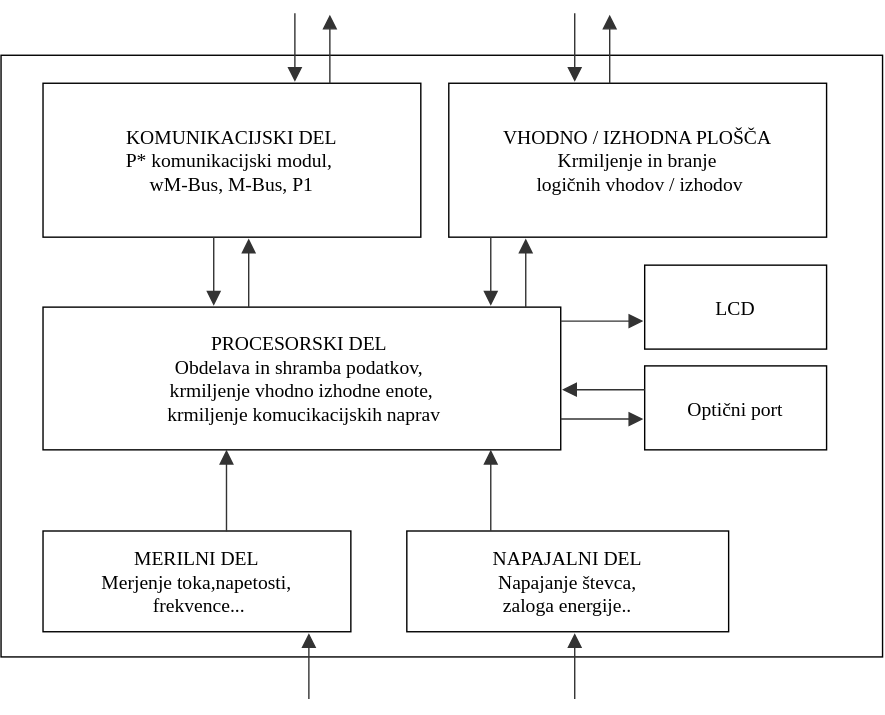
This is Slike/blok_shema_stevc.svg from harka069/mag, a draw.io export, as it was before one commit. Source tidied: cells renumbered, new cells last; positions are measured from the earlier drawing's top-left corner, leaving out a move shared by most shapes.
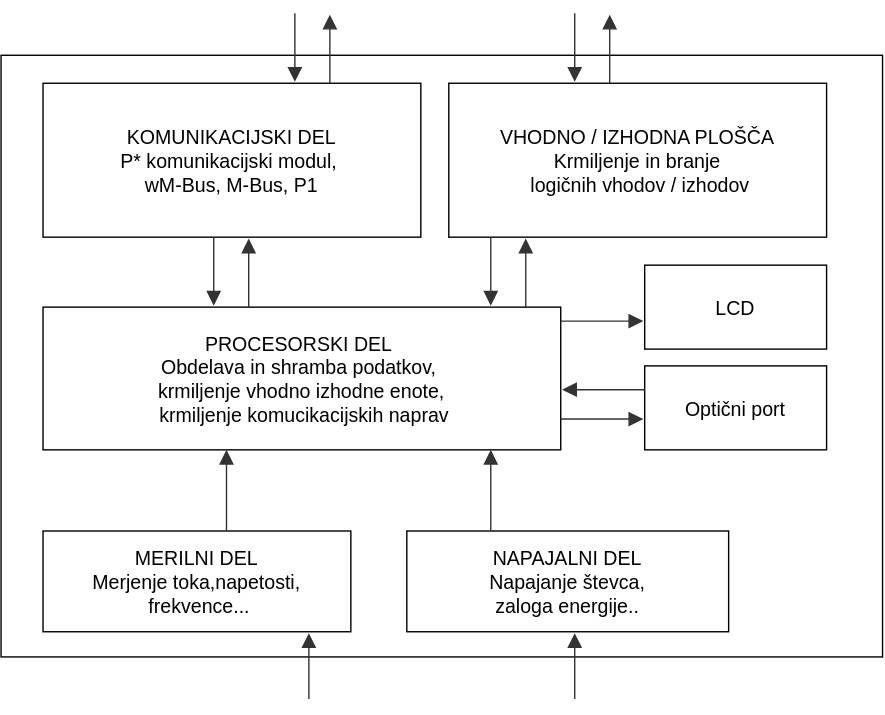
The same file after the commit.

Diff of the diagram source:
```diff
@@ -2,49 +2,49 @@
   <root>
     <mxCell id="0" />
     <mxCell id="1" parent="0" />
-    <mxCell id="2" style="rounded=0;fontFamily=Latin Modern;convertToSvg=1;fontSize=14;html=1;" parent="1" vertex="1">
+    <mxCell id="2" style="rounded=0;fontFamily=Helvetica;convertToSvg=1;fontSize=14;" parent="1" vertex="1">
       <mxGeometry x="160" y="100" width="630" height="430" as="geometry" />
     </mxCell>
-    <mxCell id="3" style="group;transparentBounds=1;editIcon=1;lockedGroup=0;groupPadding=10;fontFamily=Latin Modern;convertToSvg=1;fontSize=14;html=1;" parent="1" vertex="1">
+    <mxCell id="3" style="group;transparentBounds=1;editIcon=1;lockedGroup=0;groupPadding=10;fontFamily=Helvetica;convertToSvg=1;fontSize=14;" parent="1" vertex="1">
       <mxGeometry width="760" height="522" as="geometry" />
     </mxCell>
-    <mxCell id="4" value="MERILNI DEL&lt;br&gt;Merjenje toka,napetosti,&lt;br&gt;&amp;nbsp;frekvence..." style="strokeWidth=1;fontFamily=Latin Modern;fontSize=14;convertToSvg=1;html=1;" parent="3" vertex="1">
+    <mxCell id="4" value="MERILNI DEL&#10;Merjenje toka,napetosti,&#10; frekvence..." style="strokeWidth=1;fontFamily=Helvetica;fontSize=14;convertToSvg=1;" parent="3" vertex="1">
       <mxGeometry x="190" y="440" width="220" height="72" as="geometry" />
     </mxCell>
-    <mxCell id="5" value="PROCESORSKI DEL&amp;nbsp;&lt;br&gt;Obdelava in shramba podatkov,&amp;nbsp;&lt;br&gt;krmiljenje vhodno izhodne enote,&lt;br&gt;&amp;nbsp;krmiljenje komucikacijskih naprav" style="strokeWidth=1;fontFamily=Latin Modern;fontSize=14;convertToSvg=1;html=1;" parent="3" vertex="1">
+    <mxCell id="5" value="PROCESORSKI DEL &#10;Obdelava in shramba podatkov, &#10;krmiljenje vhodno izhodne enote,&#10; krmiljenje komucikacijskih naprav" style="strokeWidth=1;fontFamily=Helvetica;fontSize=14;convertToSvg=1;" parent="3" vertex="1">
       <mxGeometry x="190" y="280" width="370" height="102" as="geometry" />
     </mxCell>
-    <mxCell id="6" value="VHODNO / IZHODNA PLOŠČA&lt;br&gt;Krmiljenje in branje&lt;br&gt;&amp;nbsp;logičnih vhodov / izhodov" style="strokeWidth=1;fontFamily=Latin Modern;fontSize=14;convertToSvg=1;fontStyle=0;html=1;" parent="3" vertex="1">
+    <mxCell id="6" value="VHODNO / IZHODNA PLOŠČA&#10;Krmiljenje in branje&#10; logičnih vhodov / izhodov" style="strokeWidth=1;fontFamily=Helvetica;fontSize=14;convertToSvg=1;fontStyle=0;" parent="3" vertex="1">
       <mxGeometry x="480" y="120" width="270" height="110" as="geometry" />
     </mxCell>
-    <mxCell id="7" value="KOMUNIKACIJSKI DEL&lt;br&gt;P* komunikacijski modul,&amp;nbsp;&lt;br&gt;wM-Bus, M-Bus, P1" style="strokeWidth=1;fontFamily=Latin Modern;fontSize=14;convertToSvg=1;autosizeText=0;html=1;" parent="3" vertex="1">
+    <mxCell id="7" value="KOMUNIKACIJSKI DEL&#10;P* komunikacijski modul, &#10;wM-Bus, M-Bus, P1" style="strokeWidth=1;fontFamily=Helvetica;fontSize=14;convertToSvg=1;autosizeText=0;" parent="3" vertex="1">
       <mxGeometry x="190" y="120" width="270" height="110" as="geometry" />
     </mxCell>
-    <mxCell id="8" style="curved=1;startArrow=none;endArrow=block;endSize=8;endFill=1;strokeColor=light-dark(#333333,#cccccc);rounded=0;bezier=0;orthogonal=1;exitX=0.596;exitY=0.004;exitDx=0;exitDy=0;exitPerimeter=0;fontFamily=Latin Modern;convertToSvg=1;fontSize=14;html=1;" parent="3" edge="1" source="4" target="5">
+    <mxCell id="8" style="curved=1;startArrow=none;endArrow=block;endSize=8;endFill=1;strokeColor=light-dark(#333333,#cccccc);rounded=0;bezier=0;orthogonal=1;exitX=0.596;exitY=0.004;exitDx=0;exitDy=0;exitPerimeter=0;fontFamily=Helvetica;convertToSvg=1;fontSize=14;" parent="3" edge="1" source="4" target="5">
       <mxGeometry relative="1" as="geometry" />
     </mxCell>
-    <mxCell id="9" value="Optični port" style="rounded=0;fontFamily=Latin Modern;convertToSvg=1;fontSize=14;html=1;" parent="3" vertex="1">
+    <mxCell id="9" value="Optični port" style="rounded=0;fontFamily=Helvetica;convertToSvg=1;fontSize=14;" parent="3" vertex="1">
       <mxGeometry x="620" y="322" width="130" height="60" as="geometry" />
     </mxCell>
-    <mxCell id="10" value="LCD" style="rounded=0;fontFamily=Latin Modern;convertToSvg=1;fontSize=14;html=1;" parent="3" vertex="1">
+    <mxCell id="10" value="LCD" style="rounded=0;fontFamily=Helvetica;convertToSvg=1;fontSize=14;" parent="3" vertex="1">
       <mxGeometry x="620" y="250" width="130" height="60" as="geometry" />
     </mxCell>
-    <mxCell id="11" style="startArrow=none;endArrow=block;endSize=8;endFill=1;strokeColor=light-dark(#333333,#cccccc);rounded=0;exitX=0.25;exitY=0;exitDx=0;exitDy=0;edgeStyle=elbowEdgeStyle;orthogonal=1;startFill=0;elbow=vertical;fontFamily=Latin Modern;convertToSvg=1;fontSize=14;html=1;" parent="3" edge="1">
+    <mxCell id="11" style="startArrow=none;endArrow=block;endSize=8;endFill=1;strokeColor=light-dark(#333333,#cccccc);rounded=0;exitX=0.25;exitY=0;exitDx=0;exitDy=0;edgeStyle=elbowEdgeStyle;orthogonal=1;startFill=0;elbow=vertical;fontFamily=Helvetica;convertToSvg=1;fontSize=14;" parent="3" edge="1">
       <mxGeometry relative="1" as="geometry">
         <mxPoint x="560" y="290" as="sourcePoint" />
         <mxPoint x="619" y="290" as="targetPoint" />
       </mxGeometry>
     </mxCell>
-    <mxCell id="12" value="NAPAJALNI DEL&lt;br&gt;Napajanje števca,&lt;br&gt;zaloga energije.." style="strokeWidth=1;fontFamily=Latin Modern;fontSize=14;convertToSvg=1;html=1;" parent="3" vertex="1">
+    <mxCell id="12" value="NAPAJALNI DEL&#10;Napajanje števca,&#10;zaloga energije.." style="strokeWidth=1;fontFamily=Helvetica;fontSize=14;convertToSvg=1;" parent="3" vertex="1">
       <mxGeometry x="450" y="440" width="230" height="72" as="geometry" />
     </mxCell>
-    <mxCell id="13" style="curved=1;startArrow=none;endArrow=block;endSize=8;endFill=1;strokeColor=light-dark(#333333,#cccccc);rounded=0;bezier=0;orthogonal=1;exitX=0.596;exitY=0.004;exitDx=0;exitDy=0;exitPerimeter=0;fontFamily=Latin Modern;convertToSvg=1;fontSize=14;html=1;" parent="3" edge="1">
+    <mxCell id="13" style="curved=1;startArrow=none;endArrow=block;endSize=8;endFill=1;strokeColor=light-dark(#333333,#cccccc);rounded=0;bezier=0;orthogonal=1;exitX=0.596;exitY=0.004;exitDx=0;exitDy=0;exitPerimeter=0;fontFamily=Helvetica;convertToSvg=1;fontSize=14;" parent="3" edge="1">
       <mxGeometry relative="1" as="geometry">
         <mxPoint x="510" y="440" as="sourcePoint" />
         <mxPoint x="510" y="382" as="targetPoint" />
       </mxGeometry>
     </mxCell>
-    <mxCell id="14" style="startArrow=none;endArrow=block;endSize=8;endFill=1;strokeColor=light-dark(#333333,#cccccc);rounded=0;entryX=0.154;entryY=-0.005;entryDx=0;entryDy=0;entryPerimeter=0;orthogonal=1;exitX=0.451;exitY=0.999;exitDx=0;exitDy=0;exitPerimeter=0;edgeStyle=orthogonalEdgeStyle;fontFamily=Latin Modern;convertToSvg=1;fontSize=14;html=1;" parent="3" edge="1">
+    <mxCell id="14" style="startArrow=none;endArrow=block;endSize=8;endFill=1;strokeColor=light-dark(#333333,#cccccc);rounded=0;entryX=0.154;entryY=-0.005;entryDx=0;entryDy=0;entryPerimeter=0;orthogonal=1;exitX=0.451;exitY=0.999;exitDx=0;exitDy=0;exitPerimeter=0;edgeStyle=orthogonalEdgeStyle;fontFamily=Helvetica;convertToSvg=1;fontSize=14;" parent="3" edge="1">
       <mxGeometry relative="1" as="geometry">
         <mxPoint x="312" y="230" as="sourcePoint" />
         <mxPoint x="312" y="279" as="targetPoint" />
@@ -53,7 +53,7 @@
         </Array>
       </mxGeometry>
     </mxCell>
-    <mxCell id="15" style="startArrow=none;endArrow=block;endSize=8;endFill=1;strokeColor=light-dark(#333333,#cccccc);rounded=0;exitX=0.25;exitY=0;exitDx=0;exitDy=0;edgeStyle=orthogonalEdgeStyle;fontFamily=Latin Modern;convertToSvg=1;fontSize=14;html=1;" parent="3" edge="1">
+    <mxCell id="15" style="startArrow=none;endArrow=block;endSize=8;endFill=1;strokeColor=light-dark(#333333,#cccccc);rounded=0;exitX=0.25;exitY=0;exitDx=0;exitDy=0;edgeStyle=orthogonalEdgeStyle;fontFamily=Helvetica;convertToSvg=1;fontSize=14;" parent="3" edge="1">
       <mxGeometry relative="1" as="geometry">
         <mxPoint x="337" y="280" as="sourcePoint" />
         <mxPoint x="337" y="231" as="targetPoint" />
@@ -63,7 +63,7 @@
         </Array>
       </mxGeometry>
     </mxCell>
-    <mxCell id="16" style="startArrow=none;endArrow=block;endSize=8;endFill=1;strokeColor=light-dark(#333333,#cccccc);rounded=0;exitX=0.25;exitY=0;exitDx=0;exitDy=0;edgeStyle=orthogonalEdgeStyle;fontFamily=Latin Modern;convertToSvg=1;fontSize=14;html=1;" parent="1" edge="1">
+    <mxCell id="16" style="startArrow=none;endArrow=block;endSize=8;endFill=1;strokeColor=light-dark(#333333,#cccccc);rounded=0;exitX=0.25;exitY=0;exitDx=0;exitDy=0;edgeStyle=orthogonalEdgeStyle;fontFamily=Helvetica;convertToSvg=1;fontSize=14;" parent="1" edge="1">
       <mxGeometry relative="1" as="geometry">
         <mxPoint x="535" y="280" as="sourcePoint" />
         <mxPoint x="535" y="231" as="targetPoint" />
@@ -73,7 +73,7 @@
         </Array>
       </mxGeometry>
     </mxCell>
-    <mxCell id="17" style="startArrow=none;endArrow=block;endSize=8;endFill=1;strokeColor=light-dark(#333333,#cccccc);rounded=0;entryX=0.154;entryY=-0.005;entryDx=0;entryDy=0;entryPerimeter=0;orthogonal=1;exitX=0.451;exitY=0.999;exitDx=0;exitDy=0;exitPerimeter=0;edgeStyle=orthogonalEdgeStyle;fontFamily=Latin Modern;convertToSvg=1;fontSize=14;html=1;" parent="1" edge="1">
+    <mxCell id="17" style="startArrow=none;endArrow=block;endSize=8;endFill=1;strokeColor=light-dark(#333333,#cccccc);rounded=0;entryX=0.154;entryY=-0.005;entryDx=0;entryDy=0;entryPerimeter=0;orthogonal=1;exitX=0.451;exitY=0.999;exitDx=0;exitDy=0;exitPerimeter=0;edgeStyle=orthogonalEdgeStyle;fontFamily=Helvetica;convertToSvg=1;fontSize=14;" parent="1" edge="1">
       <mxGeometry relative="1" as="geometry">
         <mxPoint x="510" y="230" as="sourcePoint" />
         <mxPoint x="510" y="279" as="targetPoint" />
@@ -82,7 +82,7 @@
         </Array>
       </mxGeometry>
     </mxCell>
-    <mxCell id="18" style="startArrow=none;endArrow=block;endSize=8;endFill=1;strokeColor=light-dark(#333333,#cccccc);rounded=0;exitX=0.25;exitY=0;exitDx=0;exitDy=0;edgeStyle=orthogonalEdgeStyle;fontFamily=Latin Modern;convertToSvg=1;fontSize=14;html=1;" parent="1" edge="1">
+    <mxCell id="18" style="startArrow=none;endArrow=block;endSize=8;endFill=1;strokeColor=light-dark(#333333,#cccccc);rounded=0;exitX=0.25;exitY=0;exitDx=0;exitDy=0;edgeStyle=orthogonalEdgeStyle;fontFamily=Helvetica;convertToSvg=1;fontSize=14;" parent="1" edge="1">
       <mxGeometry relative="1" as="geometry">
         <mxPoint x="395" y="120" as="sourcePoint" />
         <mxPoint x="395" y="71" as="targetPoint" />
@@ -92,7 +92,7 @@
         </Array>
       </mxGeometry>
     </mxCell>
-    <mxCell id="19" style="startArrow=none;endArrow=block;endSize=8;endFill=1;strokeColor=light-dark(#333333,#cccccc);rounded=0;entryX=0.154;entryY=-0.005;entryDx=0;entryDy=0;entryPerimeter=0;orthogonal=1;exitX=0.451;exitY=0.999;exitDx=0;exitDy=0;exitPerimeter=0;edgeStyle=orthogonalEdgeStyle;fontFamily=Latin Modern;convertToSvg=1;fontSize=14;html=1;" parent="1" edge="1">
+    <mxCell id="19" style="startArrow=none;endArrow=block;endSize=8;endFill=1;strokeColor=light-dark(#333333,#cccccc);rounded=0;entryX=0.154;entryY=-0.005;entryDx=0;entryDy=0;entryPerimeter=0;orthogonal=1;exitX=0.451;exitY=0.999;exitDx=0;exitDy=0;exitPerimeter=0;edgeStyle=orthogonalEdgeStyle;fontFamily=Helvetica;convertToSvg=1;fontSize=14;" parent="1" edge="1">
       <mxGeometry relative="1" as="geometry">
         <mxPoint x="370" y="70" as="sourcePoint" />
         <mxPoint x="370" y="119" as="targetPoint" />
@@ -101,7 +101,7 @@
         </Array>
       </mxGeometry>
     </mxCell>
-    <mxCell id="20" style="startArrow=none;endArrow=block;endSize=8;endFill=1;strokeColor=light-dark(#333333,#cccccc);rounded=0;exitX=0.25;exitY=0;exitDx=0;exitDy=0;edgeStyle=orthogonalEdgeStyle;fontFamily=Latin Modern;convertToSvg=1;fontSize=14;html=1;" parent="1" edge="1">
+    <mxCell id="20" style="startArrow=none;endArrow=block;endSize=8;endFill=1;strokeColor=light-dark(#333333,#cccccc);rounded=0;exitX=0.25;exitY=0;exitDx=0;exitDy=0;edgeStyle=orthogonalEdgeStyle;fontFamily=Helvetica;convertToSvg=1;fontSize=14;" parent="1" edge="1">
       <mxGeometry relative="1" as="geometry">
         <mxPoint x="595" y="120" as="sourcePoint" />
         <mxPoint x="595" y="71" as="targetPoint" />
@@ -111,7 +111,7 @@
         </Array>
       </mxGeometry>
     </mxCell>
-    <mxCell id="21" style="startArrow=none;endArrow=block;endSize=8;endFill=1;strokeColor=light-dark(#333333,#cccccc);rounded=0;entryX=0.154;entryY=-0.005;entryDx=0;entryDy=0;entryPerimeter=0;orthogonal=1;exitX=0.451;exitY=0.999;exitDx=0;exitDy=0;exitPerimeter=0;edgeStyle=orthogonalEdgeStyle;fontFamily=Latin Modern;convertToSvg=1;fontSize=14;html=1;" parent="1" edge="1">
+    <mxCell id="21" style="startArrow=none;endArrow=block;endSize=8;endFill=1;strokeColor=light-dark(#333333,#cccccc);rounded=0;entryX=0.154;entryY=-0.005;entryDx=0;entryDy=0;entryPerimeter=0;orthogonal=1;exitX=0.451;exitY=0.999;exitDx=0;exitDy=0;exitPerimeter=0;edgeStyle=orthogonalEdgeStyle;fontFamily=Helvetica;convertToSvg=1;fontSize=14;" parent="1" edge="1">
       <mxGeometry relative="1" as="geometry">
         <mxPoint x="570" y="70" as="sourcePoint" />
         <mxPoint x="570" y="119" as="targetPoint" />
@@ -120,13 +120,13 @@
         </Array>
       </mxGeometry>
     </mxCell>
-    <mxCell id="22" style="startArrow=none;endArrow=block;endSize=8;endFill=1;strokeColor=light-dark(#333333,#cccccc);rounded=0;exitX=0.25;exitY=0;exitDx=0;exitDy=0;edgeStyle=elbowEdgeStyle;orthogonal=1;startFill=0;elbow=vertical;fontFamily=Latin Modern;convertToSvg=1;fontSize=14;html=1;" parent="1" edge="1">
+    <mxCell id="22" style="startArrow=none;endArrow=block;endSize=8;endFill=1;strokeColor=light-dark(#333333,#cccccc);rounded=0;exitX=0.25;exitY=0;exitDx=0;exitDy=0;edgeStyle=elbowEdgeStyle;orthogonal=1;startFill=0;elbow=vertical;fontFamily=Helvetica;convertToSvg=1;fontSize=14;" parent="1" edge="1">
       <mxGeometry relative="1" as="geometry">
         <mxPoint x="560" y="360" as="sourcePoint" />
         <mxPoint x="619" y="360" as="targetPoint" />
       </mxGeometry>
     </mxCell>
-    <mxCell id="23" style="startArrow=none;endArrow=block;endSize=8;endFill=1;strokeColor=light-dark(#333333,#cccccc);rounded=0;entryX=0.154;entryY=-0.005;entryDx=0;entryDy=0;entryPerimeter=0;orthogonal=1;exitX=0.451;exitY=0.999;exitDx=0;exitDy=0;exitPerimeter=0;edgeStyle=orthogonalEdgeStyle;fontFamily=Latin Modern;convertToSvg=1;fontSize=14;html=1;" parent="1" edge="1">
+    <mxCell id="23" style="startArrow=none;endArrow=block;endSize=8;endFill=1;strokeColor=light-dark(#333333,#cccccc);rounded=0;entryX=0.154;entryY=-0.005;entryDx=0;entryDy=0;entryPerimeter=0;orthogonal=1;exitX=0.451;exitY=0.999;exitDx=0;exitDy=0;exitPerimeter=0;edgeStyle=orthogonalEdgeStyle;fontFamily=Helvetica;convertToSvg=1;fontSize=14;" parent="1" edge="1">
       <mxGeometry relative="1" as="geometry">
         <mxPoint x="620" y="339" as="sourcePoint" />
         <mxPoint x="561" y="339" as="targetPoint" />
@@ -135,13 +135,13 @@
         </Array>
       </mxGeometry>
     </mxCell>
-    <mxCell id="24" style="startArrow=none;endArrow=block;endSize=8;endFill=1;strokeColor=light-dark(#333333,#cccccc);rounded=0;exitX=0.25;exitY=0;exitDx=0;exitDy=0;edgeStyle=orthogonalEdgeStyle;fontFamily=Latin Modern;convertToSvg=1;fontSize=14;html=1;" parent="1" edge="1">
+    <mxCell id="24" style="startArrow=none;endArrow=block;endSize=8;endFill=1;strokeColor=light-dark(#333333,#cccccc);rounded=0;exitX=0.25;exitY=0;exitDx=0;exitDy=0;edgeStyle=orthogonalEdgeStyle;fontFamily=Helvetica;convertToSvg=1;fontSize=14;" parent="1" edge="1">
       <mxGeometry relative="1" as="geometry">
         <mxPoint x="570" y="560" as="sourcePoint" />
         <mxPoint x="570" y="513" as="targetPoint" />
       </mxGeometry>
     </mxCell>
-    <mxCell id="25" style="startArrow=none;endArrow=block;endSize=8;endFill=1;strokeColor=light-dark(#333333,#cccccc);rounded=0;exitX=0.25;exitY=0;exitDx=0;exitDy=0;edgeStyle=orthogonalEdgeStyle;fontFamily=Latin Modern;convertToSvg=1;fontSize=14;html=1;" parent="1" edge="1">
+    <mxCell id="25" style="startArrow=none;endArrow=block;endSize=8;endFill=1;strokeColor=light-dark(#333333,#cccccc);rounded=0;exitX=0.25;exitY=0;exitDx=0;exitDy=0;edgeStyle=orthogonalEdgeStyle;fontFamily=Helvetica;convertToSvg=1;fontSize=14;" parent="1" edge="1">
       <mxGeometry relative="1" as="geometry">
         <mxPoint x="380" y="560" as="sourcePoint" />
         <mxPoint x="380" y="513" as="targetPoint" />
```
